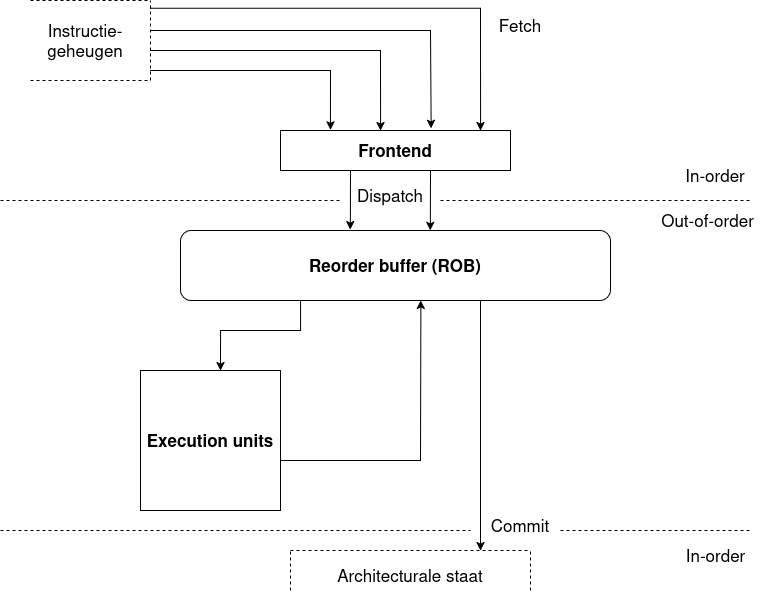
Above: verslag/figures/ooo_pipeline.png in tobedebrabander/VOP_verslag (draw.io), before the change. Source tidied: cells renumbered, new cells last; positions are measured from the earlier drawing's top-left corner, leaving out a move shared by most shapes.
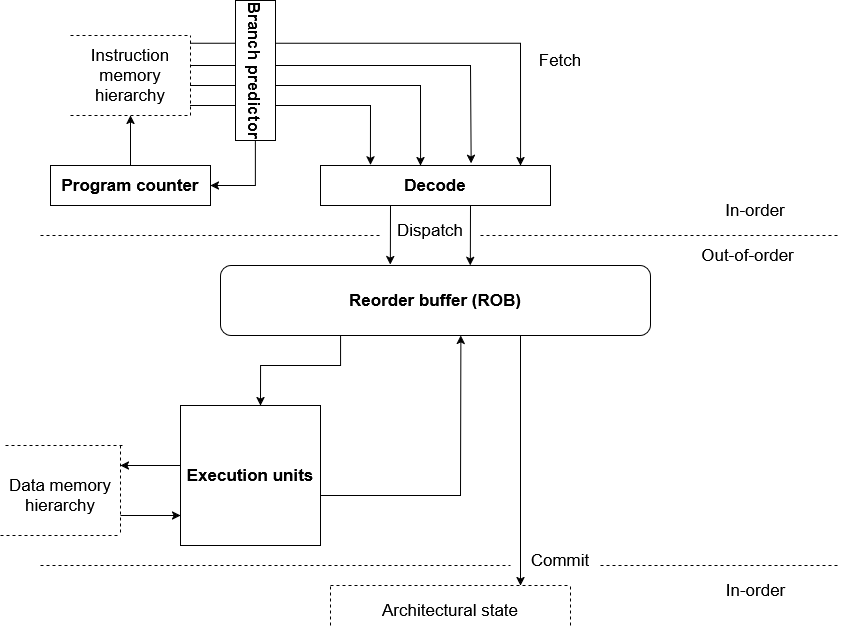
After the commit.

Commit message:
Introductie "De out-of-order pijplijn" + figuur goed. Alinea erna moet nog door Claude bekeken worden

The edit, as a diff of the source:
```diff
@@ -20,10 +20,10 @@
         <mxPoint x="150" y="80" as="targetPoint" />
       </mxGeometry>
     </mxCell>
-    <mxCell id="5" value="Instructie-geheugen" style="text;html=1;whiteSpace=wrap;strokeColor=none;fillColor=none;align=center;verticalAlign=middle;rounded=0;fontSize=17;fontStyle=0;" parent="1" vertex="1">
-      <mxGeometry x="40" y="10" width="90" height="60" as="geometry" />
+    <mxCell id="5" value="Instruction memory hierarchy" style="text;html=1;whiteSpace=wrap;strokeColor=none;fillColor=none;align=center;verticalAlign=middle;rounded=0;fontSize=17;fontStyle=0;" parent="1" vertex="1">
+      <mxGeometry x="35" y="10" width="110" height="60" as="geometry" />
     </mxCell>
-    <mxCell id="6" value="&lt;b&gt;Frontend&lt;/b&gt;" style="rounded=0;whiteSpace=wrap;html=1;fontSize=17;" parent="1" vertex="1">
+    <mxCell id="6" value="&lt;b&gt;Decode&lt;/b&gt;" style="rounded=0;whiteSpace=wrap;html=1;fontSize=17;" parent="1" vertex="1">
       <mxGeometry x="280" y="130" width="230" height="40" as="geometry" />
     </mxCell>
     <mxCell id="7" style="endArrow=classic;html=1;rounded=0;entryX=0.87;entryY=0;entryDx=0;entryDy=0;entryPerimeter=0;" parent="1" edge="1" target="6">
@@ -92,7 +92,7 @@
         <mxPoint x="530" y="550" as="targetPoint" />
       </mxGeometry>
     </mxCell>
-    <mxCell id="18" value="Architecturale staat" style="text;html=1;whiteSpace=wrap;strokeColor=none;fillColor=none;align=center;verticalAlign=middle;rounded=0;fontSize=17;" parent="1" vertex="1">
+    <mxCell id="18" value="&lt;div&gt;Architectural state&lt;/div&gt;" style="text;html=1;whiteSpace=wrap;strokeColor=none;fillColor=none;align=center;verticalAlign=middle;rounded=0;fontSize=17;" parent="1" vertex="1">
       <mxGeometry x="320" y="560" width="180" height="30" as="geometry" />
     </mxCell>
     <mxCell id="19" style="endArrow=classic;html=1;rounded=0;" parent="1" edge="1">
@@ -136,7 +136,7 @@
     <mxCell id="26" style="endArrow=none;dashed=1;html=1;rounded=0;" parent="1" edge="1">
       <mxGeometry relative="1" as="geometry">
         <mxPoint x="440" y="200" as="sourcePoint" />
-        <mxPoint x="750" y="200" as="targetPoint" />
+        <mxPoint x="800" y="200" as="targetPoint" />
       </mxGeometry>
     </mxCell>
     <mxCell id="27" value="In-order" style="text;html=1;whiteSpace=wrap;strokeColor=none;fillColor=none;align=center;verticalAlign=middle;rounded=0;fontSize=17;" parent="1" vertex="1">
@@ -151,7 +151,7 @@
     <mxCell id="29" style="endArrow=none;dashed=1;html=1;rounded=0;" parent="1" edge="1">
       <mxGeometry relative="1" as="geometry">
         <mxPoint x="560" y="530" as="sourcePoint" />
-        <mxPoint x="750" y="530" as="targetPoint" />
+        <mxPoint x="800" y="530" as="targetPoint" />
       </mxGeometry>
     </mxCell>
     <mxCell id="30" value="Out-of-order" style="text;html=1;whiteSpace=wrap;strokeColor=none;fillColor=none;align=center;verticalAlign=middle;rounded=0;fontSize=17;" parent="1" vertex="1">
@@ -160,5 +160,52 @@
     <mxCell id="31" value="In-order" style="text;html=1;whiteSpace=wrap;strokeColor=none;fillColor=none;align=center;verticalAlign=middle;rounded=0;fontSize=17;" parent="1" vertex="1">
       <mxGeometry x="677.5" y="540" width="75" height="30" as="geometry" />
     </mxCell>
+    <mxCell id="32" style="edgeStyle=orthogonalEdgeStyle;rounded=0;jettySize=auto;html=1;exitX=0.5;exitY=0;exitDx=0;exitDy=0;" parent="1" edge="1" source="33">
+      <mxGeometry relative="1" as="geometry">
+        <mxPoint x="90" y="80" as="targetPoint" />
+      </mxGeometry>
+    </mxCell>
+    <mxCell id="33" value="&lt;b&gt;Program counter&lt;/b&gt;" style="rounded=0;whiteSpace=wrap;html=1;fontSize=17;" parent="1" vertex="1">
+      <mxGeometry x="10" y="130" width="160" height="40" as="geometry" />
+    </mxCell>
+    <mxCell id="34" style="edgeStyle=orthogonalEdgeStyle;rounded=0;jettySize=auto;html=1;exitX=1;exitY=0.5;exitDx=0;exitDy=0;entryX=1;entryY=0.5;entryDx=0;entryDy=0;" parent="1" edge="1" source="35" target="33">
+      <mxGeometry relative="1" as="geometry" />
+    </mxCell>
+    <mxCell id="35" value="&lt;b&gt;Branch predictor&lt;/b&gt;" style="rounded=0;whiteSpace=wrap;html=1;fontSize=17;rotation=90;" parent="1" vertex="1">
+      <mxGeometry x="145" y="15" width="140" height="40" as="geometry" />
+    </mxCell>
+    <mxCell id="36" style="endArrow=none;dashed=1;html=1;rounded=0;" parent="1" edge="1">
+      <mxGeometry relative="1" as="geometry">
+        <mxPoint x="-35" y="410" as="sourcePoint" />
+        <mxPoint x="85" y="410" as="targetPoint" />
+      </mxGeometry>
+    </mxCell>
+    <mxCell id="37" style="endArrow=none;dashed=1;html=1;rounded=0;" parent="1" edge="1">
+      <mxGeometry relative="1" as="geometry">
+        <mxPoint x="80" y="410" as="sourcePoint" />
+        <mxPoint x="80" y="500" as="targetPoint" />
+      </mxGeometry>
+    </mxCell>
+    <mxCell id="38" style="endArrow=none;dashed=1;html=1;rounded=0;" parent="1" edge="1">
+      <mxGeometry relative="1" as="geometry">
+        <mxPoint x="-40" y="500" as="sourcePoint" />
+        <mxPoint x="80" y="500" as="targetPoint" />
+      </mxGeometry>
+    </mxCell>
+    <mxCell id="39" value="Data memory hierarchy" style="text;html=1;whiteSpace=wrap;strokeColor=none;fillColor=none;align=center;verticalAlign=middle;rounded=0;fontSize=17;fontStyle=0;" parent="1" vertex="1">
+      <mxGeometry x="-35" y="430" width="110" height="60" as="geometry" />
+    </mxCell>
+    <mxCell id="40" style="endArrow=classic;html=1;rounded=0;" parent="1" edge="1">
+      <mxGeometry relative="1" as="geometry">
+        <mxPoint x="140" y="430" as="sourcePoint" />
+        <mxPoint x="80" y="430" as="targetPoint" />
+      </mxGeometry>
+    </mxCell>
+    <mxCell id="41" style="endArrow=classic;html=1;rounded=0;" parent="1" edge="1">
+      <mxGeometry relative="1" as="geometry">
+        <mxPoint x="80" y="480" as="sourcePoint" />
+        <mxPoint x="140" y="480" as="targetPoint" />
+      </mxGeometry>
+    </mxCell>
   </root>
 </mxGraphModel>
```
